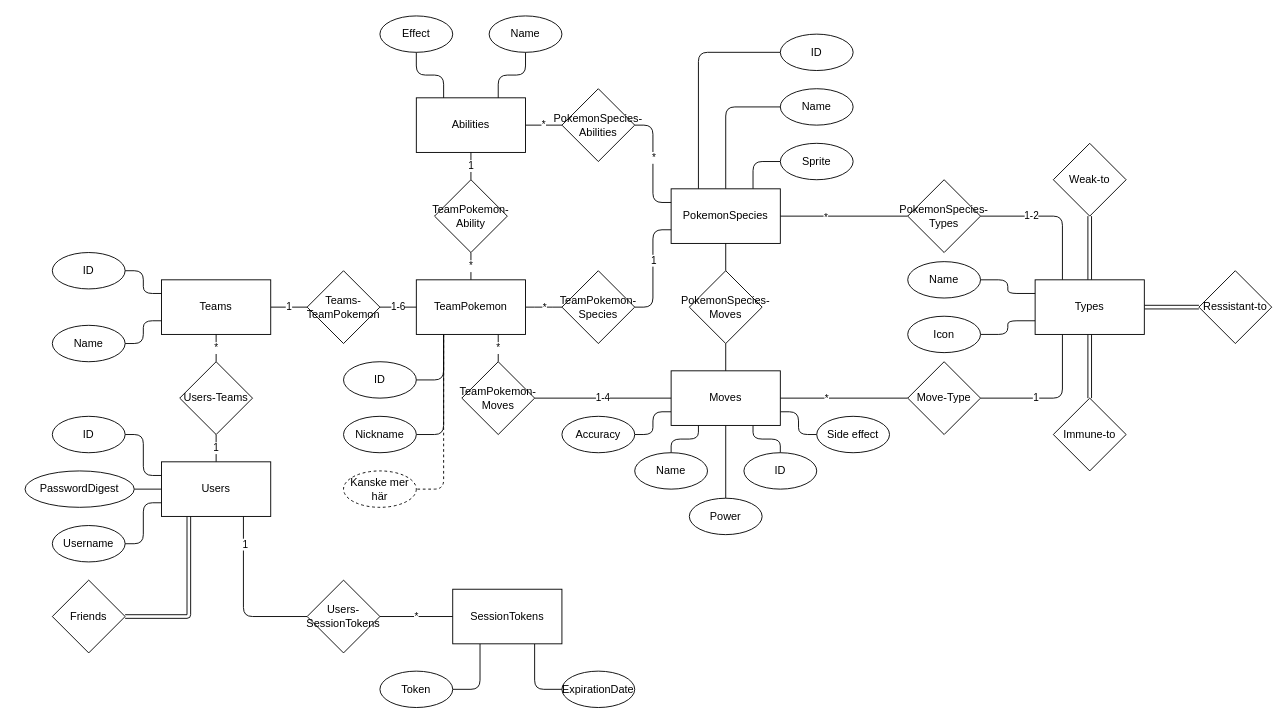
ludwig-granstedt-nti-johanneberg/slpws23 keeps this draw.io diagram as sketch/er-diagram.drawio. Above is the earlier version. Source tidied: cells renumbered, new cells numbered last; positions are measured from the earlier drawing's top-left corner, leaving out a move shared by most shapes. Both pictures are drawn from the tidied source at 91%, with x=0, y=0 at pixel (25, 15).
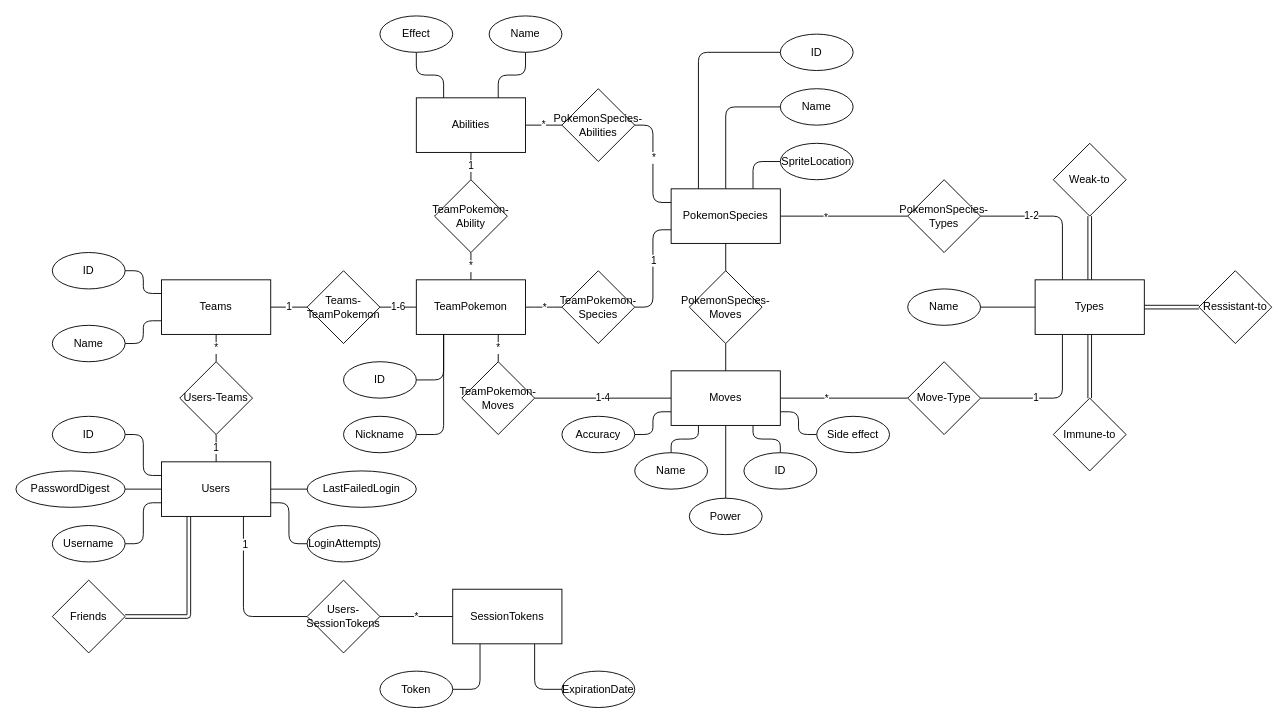
The same diagram, later.

Unchanged cells that the change refers to:
```xml
<mxCell id="34" value="Types" style="rounded=0;whiteSpace=wrap;html=1;" parent="1" vertex="1">
  <mxGeometry x="1110" y="290" width="120" height="60" as="geometry" />
</mxCell>
<mxCell id="58" value="Users" style="rounded=0;whiteSpace=wrap;html=1;" parent="1" vertex="1">
  <mxGeometry x="150" y="490" width="120" height="60" as="geometry" />
</mxCell>
<mxCell id="73" value="TeamPokemon" style="rounded=0;whiteSpace=wrap;html=1;" parent="1" vertex="1">
  <mxGeometry x="430" y="290" width="120" height="60" as="geometry" />
</mxCell>
```

The edit, as a diff of the source:
```diff
@@
-    <mxCell id="10" value="Sprite" style="ellipse;whiteSpace=wrap;html=1;" parent="1" vertex="1">
+    <mxCell id="10" value="SpriteLocation" style="ellipse;whiteSpace=wrap;html=1;" parent="1" vertex="1">
       <mxGeometry x="830" y="140" width="80" height="40" as="geometry" />
     </mxCell>
@@
-    <mxCell id="36" style="edgeStyle=orthogonalEdgeStyle;html=1;exitX=1;exitY=0.5;exitDx=0;exitDy=0;entryX=0;entryY=0.25;entryDx=0;entryDy=0;endArrow=none;endFill=0;" parent="1" edge="1" source="37" target="34">
+    <mxCell id="36" style="edgeStyle=orthogonalEdgeStyle;html=1;exitX=1;exitY=0.5;exitDx=0;exitDy=0;entryX=0;entryY=0.5;entryDx=0;entryDy=0;endArrow=none;endFill=0;" parent="1" edge="1" source="37" target="34">
       <mxGeometry relative="1" as="geometry" />
     </mxCell>
     <mxCell id="37" value="Name" style="ellipse;whiteSpace=wrap;html=1;" parent="1" vertex="1">
-      <mxGeometry x="970" y="270" width="80" height="40" as="geometry" />
+      <mxGeometry x="970" y="300" width="80" height="40" as="geometry" />
     </mxCell>
@@
     <mxCell id="61" value="PasswordDigest" style="ellipse;whiteSpace=wrap;html=1;" parent="1" vertex="1">
-      <mxGeometry y="500" width="120" height="40" as="geometry" />
+      <mxGeometry x="-10" y="500" width="120" height="40" as="geometry" />
     </mxCell>
@@
-    <mxCell id="72" style="edgeStyle=orthogonalEdgeStyle;html=1;exitX=0.25;exitY=1;exitDx=0;exitDy=0;entryX=1;entryY=0.5;entryDx=0;entryDy=0;endArrow=none;endFill=0;dashed=1;" parent="1" edge="1" source="73" target="92">
-      <mxGeometry relative="1" as="geometry" />
-    </mxCell>
@@
-    <mxCell id="87" style="edgeStyle=orthogonalEdgeStyle;html=1;exitX=1;exitY=0.5;exitDx=0;exitDy=0;entryX=0;entryY=0.75;entryDx=0;entryDy=0;endArrow=none;endFill=0;" parent="1" edge="1" source="88" target="34">
-      <mxGeometry relative="1" as="geometry" />
-    </mxCell>
-    <mxCell id="88" value="Icon" style="ellipse;whiteSpace=wrap;html=1;" parent="1" vertex="1">
-      <mxGeometry x="970" y="330" width="80" height="40" as="geometry" />
-    </mxCell>
@@
-    <mxCell id="92" value="Kanske mer här" style="ellipse;whiteSpace=wrap;html=1;dashed=1;" parent="1" vertex="1">
-      <mxGeometry x="350" y="500" width="80" height="40" as="geometry" />
-    </mxCell>
@@
+    <mxCell id="100" style="edgeStyle=orthogonalEdgeStyle;html=1;exitX=0;exitY=0.5;exitDx=0;exitDy=0;entryX=1;entryY=0.75;entryDx=0;entryDy=0;endArrow=none;endFill=0;" parent="1" edge="1" source="101" target="58">
+      <mxGeometry relative="1" as="geometry" />
+    </mxCell>
+    <mxCell id="101" value="LoginAttempts" style="ellipse;whiteSpace=wrap;html=1;" parent="1" vertex="1">
+      <mxGeometry x="310" y="560" width="80" height="40" as="geometry" />
+    </mxCell>
+    <mxCell id="102" style="edgeStyle=none;html=1;endArrow=none;endFill=0;" parent="1" edge="1" source="103" target="58">
+      <mxGeometry relative="1" as="geometry" />
+    </mxCell>
+    <mxCell id="103" value="LastFailedLogin" style="ellipse;whiteSpace=wrap;html=1;" parent="1" vertex="1">
+      <mxGeometry x="310" y="500" width="120" height="40" as="geometry" />
+    </mxCell>
```
